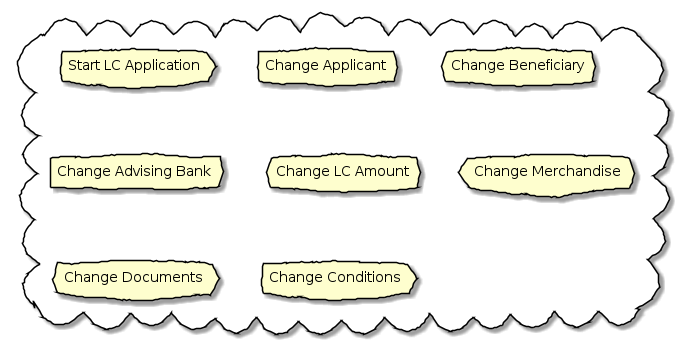
ddd-book-java/prem-website keeps this PlantUML diagram as images/revised-commands.png. Above is the earlier version.
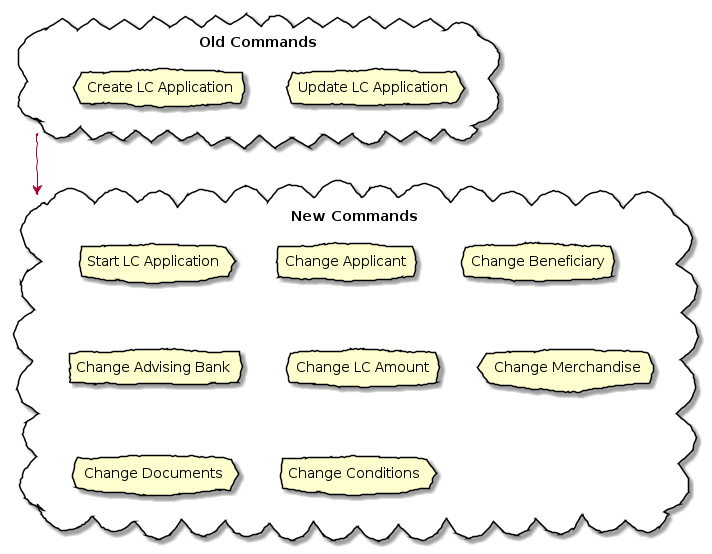
The same file after the commit.

The edit, as a diff of the source:
```diff
@@ -1,8 +1,12 @@
 @startuml
 skinparam handwritten true
 skinparam CloudFontName "Gloria Hallelujah"
+cloud "Old Commands" as Old {
+    cloud "Update LC Application"
+    cloud "Create LC Application"
+}
 
-cloud {
+cloud "New Commands" as New {
     cloud "Start LC Application"
     cloud "Change Applicant"
     cloud "Change Beneficiary"
@@ -13,4 +17,5 @@
     cloud "Change Conditions"
 }
 
+Old ---> New
 @enduml
```
